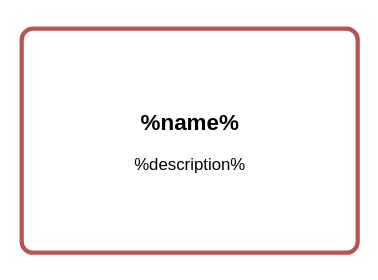
Above: assets/external-service.svg in draftsmanlighthouse/draftsmanlighthouse.github.io (draw.io), before the change. Source tidied: cells renumbered, new cells last; positions are measured from the earlier drawing's top-left corner, leaving out a move shared by most shapes. The source it was exported from:
```xml
<mxGraphModel background="#FFFFFF">
  <root>
    <mxCell id="0" />
    <mxCell id="1" parent="0" />
    <mxCell id="2" style="rounded=0;whiteSpace=wrap;html=1;strokeColor=none;" parent="1" vertex="1">
      <mxGeometry width="270" height="200" as="geometry" />
    </mxCell>
    <mxCell id="3" value="&lt;b style=&quot;text-wrap-mode: nowrap;&quot;&gt;&lt;font style=&quot;font-size: 16px;&quot;&gt;%name%&lt;/font&gt;&lt;/b&gt;&lt;div style=&quot;text-wrap-mode: nowrap;&quot;&gt;&lt;br&gt;&lt;/div&gt;&lt;div style=&quot;text-wrap-mode: nowrap;&quot;&gt;%description%&lt;/div&gt;" style="rounded=1;whiteSpace=wrap;html=1;arcSize=5;fillColor=#FFFFFF;strokeColor=#b85450;strokeWidth=3;" parent="1" vertex="1">
      <mxGeometry x="15" y="20" width="240" height="160" as="geometry" />
    </mxCell>
  </root>
</mxGraphModel>
```
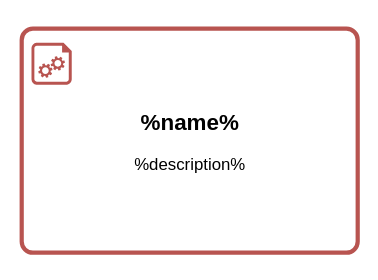
Later version of the same file.

Diff of the diagram source:
```diff
@@ -8,5 +8,8 @@
     <mxCell id="3" value="&lt;b style=&quot;text-wrap-mode: nowrap;&quot;&gt;&lt;font style=&quot;font-size: 16px;&quot;&gt;%name%&lt;/font&gt;&lt;/b&gt;&lt;div style=&quot;text-wrap-mode: nowrap;&quot;&gt;&lt;br&gt;&lt;/div&gt;&lt;div style=&quot;text-wrap-mode: nowrap;&quot;&gt;%description%&lt;/div&gt;" style="rounded=1;whiteSpace=wrap;html=1;arcSize=5;fillColor=#FFFFFF;strokeColor=#b85450;strokeWidth=3;" parent="1" vertex="1">
       <mxGeometry x="15" y="20" width="240" height="160" as="geometry" />
     </mxCell>
+    <mxCell id="4" style="sketch=0;shadow=0;dashed=0;html=1;strokeColor=none;labelPosition=center;verticalLabelPosition=bottom;verticalAlign=top;align=center;shape=mxgraph.azure.startup_task;fillColor=#B85450;" parent="1" vertex="1">
+      <mxGeometry x="22" y="30" width="28.8" height="30" as="geometry" />
+    </mxCell>
   </root>
 </mxGraphModel>
```
